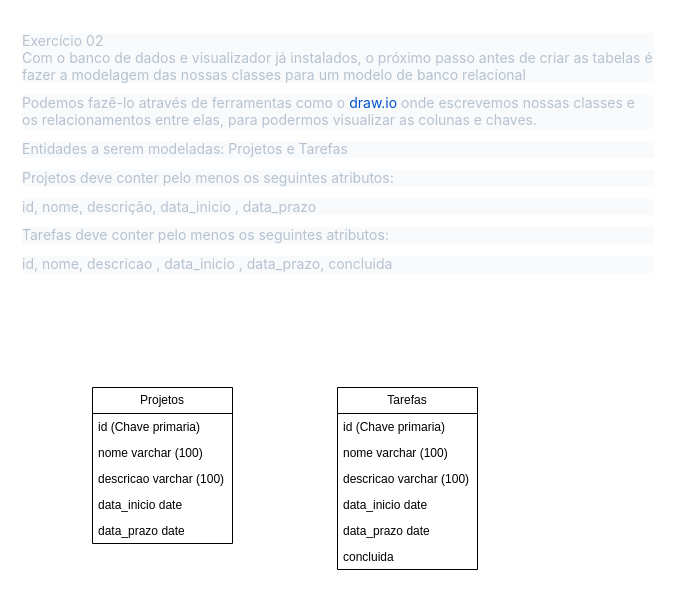
The draw.io diagram Untitled Diagram.drawio in williammmoura/Lista_de_Exercicios_M2_S06_FullStack_FMT, before the edit. Source tidied: cells renumbered, new cells numbered last; positions are measured from the earlier drawing's top-left corner, leaving out a move shared by most shapes. Both pictures are drawn from the tidied source at 100%, with x=0, y=0 at pixel (17, 27).
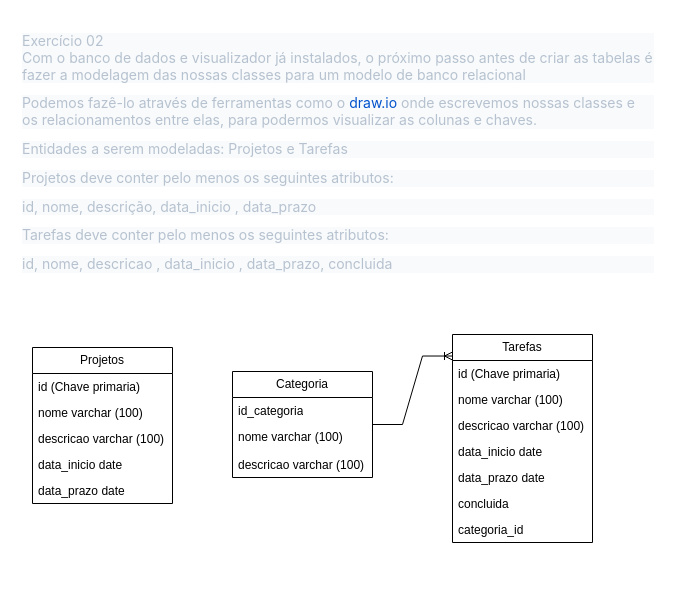
Above is the later version.

Unchanged cells that the change refers to:
```xml
<mxCell id="10" value="id (Chave primaria)" style="text;strokeColor=none;fillColor=none;align=left;verticalAlign=top;spacingLeft=4;spacingRight=4;overflow=hidden;points=[[0,0.5],[1,0.5]];portConstraint=eastwest;whiteSpace=wrap;html=1;" parent="9" vertex="1">
  <mxGeometry y="26" width="140" height="26" as="geometry" />
</mxCell>
```

Diff of the diagram source:
```diff
@@
     <mxCell id="2" value="Projetos" style="swimlane;fontStyle=0;horizontal=1;startSize=26;fillColor=none;whiteSpace=wrap;html=1;" parent="1" vertex="1">
-      <mxGeometry x="75" y="360" width="140" height="156" as="geometry" />
+      <mxGeometry x="15" y="320" width="140" height="156" as="geometry" />
     </mxCell>
@@
     <mxCell id="9" value="Tarefas" style="swimlane;fontStyle=0;horizontal=1;startSize=26;fillColor=none;whiteSpace=wrap;html=1;" parent="1" vertex="1">
-      <mxGeometry x="320" y="360" width="140" height="182" as="geometry" />
+      <mxGeometry x="435" y="307" width="140" height="208" as="geometry" />
     </mxCell>
@@
+    <mxCell id="16" value="concluida" style="text;strokeColor=none;fillColor=none;align=left;verticalAlign=top;spacingLeft=4;spacingRight=4;overflow=hidden;whiteSpace=wrap;html=1;" parent="9" vertex="1">
+      <mxGeometry y="156" width="140" height="26" as="geometry" />
+    </mxCell>
-    <mxCell id="15" value="concluida" style="text;strokeColor=none;fillColor=none;align=left;verticalAlign=top;spacingLeft=4;spacingRight=4;overflow=hidden;whiteSpace=wrap;html=1;" parent="9" vertex="1">
-      <mxGeometry y="156" width="140" height="26" as="geometry" />
+    <mxCell id="15" value="categoria_id" style="text;strokeColor=none;fillColor=none;align=left;verticalAlign=top;spacingLeft=4;spacingRight=4;overflow=hidden;whiteSpace=wrap;html=1;" parent="9" vertex="1">
+      <mxGeometry y="182" width="140" height="26" as="geometry" />
     </mxCell>
+    <mxCell id="17" value="Categoria" style="swimlane;fontStyle=0;horizontal=1;startSize=26;fillColor=none;whiteSpace=wrap;html=1;" parent="1" vertex="1">
+      <mxGeometry x="215" y="344" width="140" height="106" as="geometry" />
+    </mxCell>
+    <mxCell id="18" value="id_categoria" style="text;strokeColor=none;fillColor=none;align=left;verticalAlign=top;spacingLeft=4;spacingRight=4;overflow=hidden;whiteSpace=wrap;html=1;" parent="17" vertex="1">
+      <mxGeometry y="26" width="140" height="26" as="geometry" />
+    </mxCell>
+    <mxCell id="19" value="nome varchar (100)" style="text;strokeColor=none;fillColor=none;align=left;verticalAlign=top;spacingLeft=4;spacingRight=4;overflow=hidden;whiteSpace=wrap;html=1;" parent="17" vertex="1">
+      <mxGeometry y="52" width="140" height="28" as="geometry" />
+    </mxCell>
+    <mxCell id="20" value="descricao varchar (100)" style="text;strokeColor=none;fillColor=none;align=left;verticalAlign=top;spacingLeft=4;spacingRight=4;overflow=hidden;whiteSpace=wrap;html=1;" parent="17" vertex="1">
+      <mxGeometry y="80" width="140" height="26" as="geometry" />
+    </mxCell>
+    <mxCell id="21" style="edgeStyle=entityRelationEdgeStyle;fontSize=12;html=1;endArrow=ERoneToMany;rounded=0;entryX=0;entryY=-0.172;entryDx=0;entryDy=0;entryPerimeter=0;" parent="1" edge="1" source="17" target="10">
+      <mxGeometry relative="1" as="geometry" />
+    </mxCell>
```
